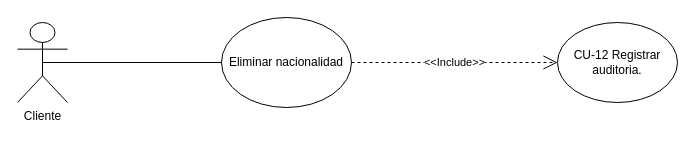
The draw.io diagram Diagrama sin título.drawio in AlfredoZC/prologProject, before the edit. Source tidied: cells renumbered, new cells numbered last; positions are measured from the earlier drawing's top-left corner, leaving out a move shared by most shapes. Both pictures are drawn from the tidied source at 100%, with x=0, y=0 at pixel (17, 17).
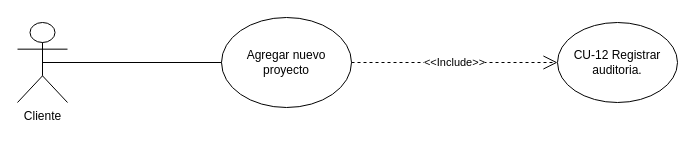
The same diagram, later.

Commit message:
CU-10 Agregar nuevo proyecto.drawio

What changed in the source:
```diff
@@
 <mxGraphModel>
   <root>
     <mxCell id="0" />
     <mxCell id="1" parent="0" />
-    <mxCell id="2" value="Eliminar nacionalidad" style="ellipse;whiteSpace=wrap;html=1;" parent="1" vertex="1">
+    <mxCell id="2" value="Agregar nuevo proyecto" style="ellipse;whiteSpace=wrap;html=1;" parent="1" vertex="1">
       <mxGeometry x="204" width="130" height="90" as="geometry" />
     </mxCell>
     <mxCell id="3" value="CU-12 Registrar auditoria." style="ellipse;whiteSpace=wrap;html=1;" parent="1" vertex="1">
       <mxGeometry x="540" y="5" width="120" height="80" as="geometry" />
     </mxCell>
     <mxCell id="4" value="&amp;lt;&amp;lt;Include&amp;gt;&amp;gt;" style="endArrow=open;endSize=12;dashed=1;html=1;rounded=0;exitX=1;exitY=0.5;exitDx=0;exitDy=0;entryX=0;entryY=0.5;entryDx=0;entryDy=0;" parent="1" edge="1" source="2" target="3">
       <mxGeometry relative="1" as="geometry" />
     </mxCell>
     <mxCell id="5" value="Cliente" style="shape=umlActor;verticalLabelPosition=bottom;verticalAlign=top;html=1;outlineConnect=0;" parent="1" vertex="1">
       <mxGeometry y="5" width="50" height="80" as="geometry" />
     </mxCell>
     <mxCell id="6" style="endArrow=none;html=1;edgeStyle=orthogonalEdgeStyle;rounded=0;exitX=0.5;exitY=0.5;exitDx=0;exitDy=0;exitPerimeter=0;entryX=0;entryY=0.5;entryDx=0;entryDy=0;" parent="1" edge="1" source="5" target="2">
       <mxGeometry relative="1" as="geometry" />
     </mxCell>
   </root>
 </mxGraphModel>
```
